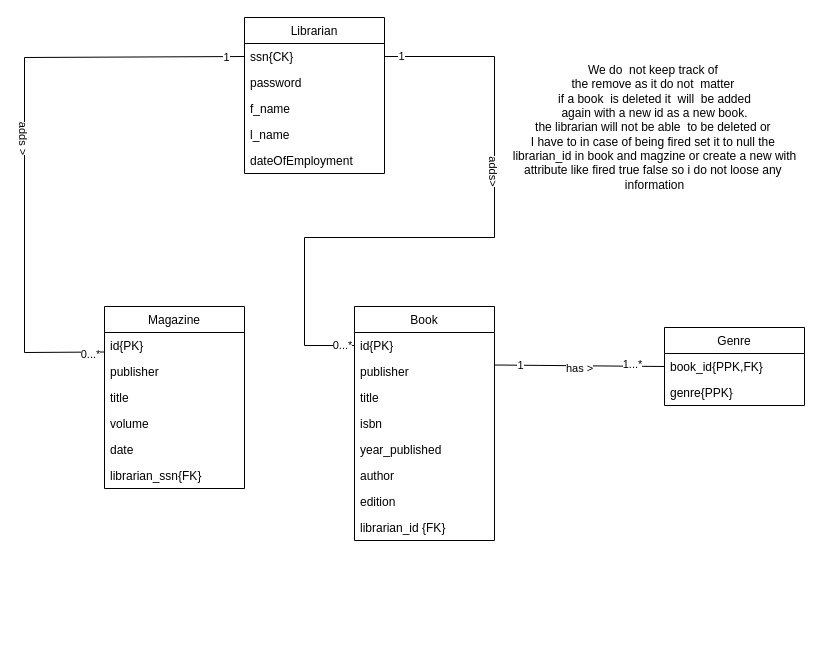
Before: Database/remove_multimedia_items(GRD)).drawio in RafaelSanchezCordoba/Semester-Project-Library, a draw.io diagram. Source tidied: cells renumbered, new cells numbered last; positions are measured from the earlier drawing's top-left corner, leaving out a move shared by most shapes. Both pictures are drawn from the tidied source at 100%, with x=0, y=0 at pixel (24, 17).
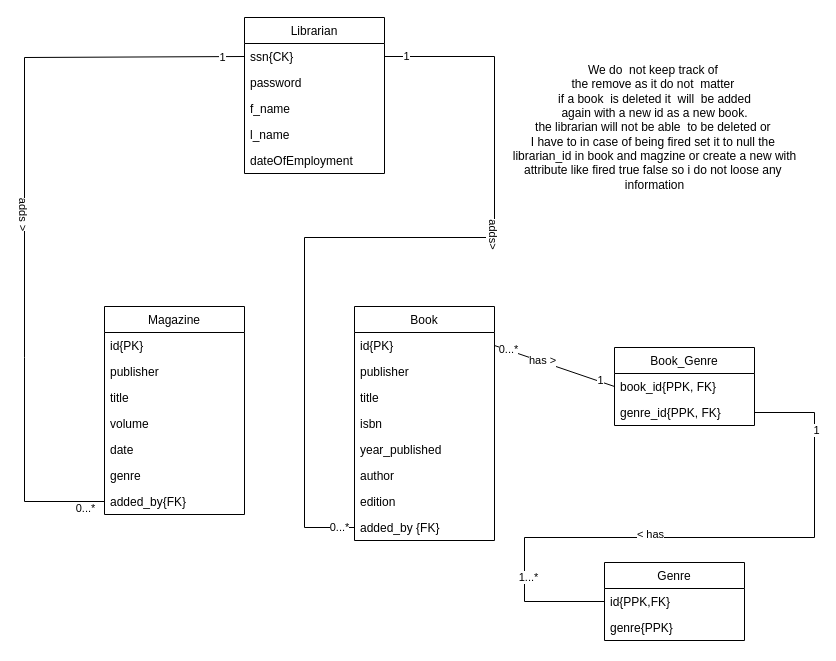
After the change.

Unchanged cells that the change refers to:
```xml
<mxCell id="3" value="ssn{CK}" style="text;strokeColor=none;fillColor=none;align=left;verticalAlign=top;spacingLeft=4;spacingRight=4;overflow=hidden;points=[[0,0.5],[1,0.5]];portConstraint=eastwest;" parent="2" vertex="1">
  <mxGeometry y="26" width="140" height="26" as="geometry" />
</mxCell>
<mxCell id="15" value="Book" style="swimlane;fontStyle=0;horizontal=1;startSize=26;fillColor=none;" parent="1" vertex="1">
  <mxGeometry x="330" y="289" width="140" height="234" as="geometry" />
</mxCell>
<mxCell id="16" value="id{PK}" style="text;strokeColor=none;fillColor=none;align=left;verticalAlign=top;spacingLeft=4;spacingRight=4;overflow=hidden;points=[[0,0.5],[1,0.5]];portConstraint=eastwest;" parent="15" vertex="1">
  <mxGeometry y="26" width="140" height="26" as="geometry" />
</mxCell>
```

Diff of the diagram source:
```diff
@@
     <mxCell id="8" value="Magazine" style="swimlane;fontStyle=0;horizontal=1;startSize=26;fillColor=none;" parent="1" vertex="1">
-      <mxGeometry x="80" y="289" width="140" height="182" as="geometry" />
+      <mxGeometry x="80" y="289" width="140" height="208" as="geometry" />
     </mxCell>
@@
+    <mxCell id="40" value="genre" style="text;strokeColor=none;fillColor=none;align=left;verticalAlign=top;spacingLeft=4;spacingRight=4;overflow=hidden;" parent="8" vertex="1">
+      <mxGeometry y="156" width="140" height="26" as="geometry" />
+    </mxCell>
-    <mxCell id="14" value="librarian_ssn{FK}" style="text;strokeColor=none;fillColor=none;align=left;verticalAlign=top;spacingLeft=4;spacingRight=4;overflow=hidden;points=[[0,0.5],[1,0.5]];portConstraint=eastwest;" parent="8" vertex="1">
-      <mxGeometry y="156" width="140" height="26" as="geometry" />
+    <mxCell id="14" value="added_by{FK}" style="text;strokeColor=none;fillColor=none;align=left;verticalAlign=top;spacingLeft=4;spacingRight=4;overflow=hidden;points=[[0,0.5],[1,0.5]];portConstraint=eastwest;" parent="8" vertex="1">
+      <mxGeometry y="182" width="140" height="26" as="geometry" />
     </mxCell>
@@
-    <mxCell id="23" value="librarian_id {FK}" style="text;strokeColor=none;fillColor=none;align=left;verticalAlign=top;spacingLeft=4;spacingRight=4;overflow=hidden;points=[[0,0.5],[1,0.5]];portConstraint=eastwest;" parent="15" vertex="1">
+    <mxCell id="23" value="added_by {FK}" style="text;strokeColor=none;fillColor=none;align=left;verticalAlign=top;spacingLeft=4;spacingRight=4;overflow=hidden;points=[[0,0.5],[1,0.5]];portConstraint=eastwest;" parent="15" vertex="1">
       <mxGeometry y="208" width="140" height="26" as="geometry" />
     </mxCell>
     <mxCell id="24" value="Genre" style="swimlane;fontStyle=0;horizontal=1;startSize=26;fillColor=none;" parent="1" vertex="1">
-      <mxGeometry x="640" y="310" width="140" height="78" as="geometry" />
+      <mxGeometry x="580" y="545" width="140" height="78" as="geometry" />
     </mxCell>
-    <mxCell id="25" value="book_id{PPK,FK}" style="text;strokeColor=none;fillColor=none;align=left;verticalAlign=top;spacingLeft=4;spacingRight=4;overflow=hidden;points=[[0,0.5],[1,0.5]];portConstraint=eastwest;" parent="24" vertex="1">
+    <mxCell id="25" value="id{PPK,FK}" style="text;strokeColor=none;fillColor=none;align=left;verticalAlign=top;spacingLeft=4;spacingRight=4;overflow=hidden;points=[[0,0.5],[1,0.5]];portConstraint=eastwest;" parent="24" vertex="1">
       <mxGeometry y="26" width="140" height="26" as="geometry" />
     </mxCell>
@@
-    <mxCell id="27" style="endArrow=none;html=1;rounded=0;entryX=0;entryY=0.5;entryDx=0;entryDy=0;exitX=1;exitY=0.25;exitDx=0;exitDy=0;" parent="1" edge="1" source="15" target="25">
-      <mxGeometry relative="1" as="geometry" />
-    </mxCell>
-    <mxCell id="28" value="has &amp;gt;" style="edgeLabel;html=1;align=center;verticalAlign=middle;rotation=0;" parent="27" vertex="1">
-      <mxGeometry y="-2" relative="1" as="geometry" />
-    </mxCell>
-    <mxCell id="29" value="1" style="edgeLabel;html=1;align=center;verticalAlign=middle;" parent="27" vertex="1">
-      <mxGeometry x="-0.7" relative="1" as="geometry" />
-    </mxCell>
-    <mxCell id="30" value="1...*" style="edgeLabel;html=1;align=center;verticalAlign=middle;" parent="27" vertex="1">
-      <mxGeometry x="0.61" y="2" relative="1" as="geometry" />
-    </mxCell>
-    <mxCell id="31" style="endArrow=none;html=1;rounded=0;entryX=0;entryY=0.5;entryDx=0;entryDy=0;exitX=0;exitY=0.25;exitDx=0;exitDy=0;" parent="1" edge="1" source="8" target="3">
+    <mxCell id="31" style="endArrow=none;html=1;rounded=0;entryX=0;entryY=0.5;entryDx=0;entryDy=0;exitX=0;exitY=0.5;exitDx=0;exitDy=0;" parent="1" edge="1" source="14" target="3">
       <mxGeometry relative="1" as="geometry">
         <Array as="points">
-          <mxPoint y="335" />
+          <mxPoint y="484" />
+          <mxPoint y="340" />
           <mxPoint y="40" />
         </Array>
       </mxGeometry>
     </mxCell>
@@
     <mxCell id="34" value="0...*" style="edgeLabel;html=1;align=center;verticalAlign=middle;" parent="31" vertex="1">
-      <mxGeometry x="-0.95" y="2" relative="1" as="geometry" />
+      <mxGeometry x="-0.95" y="2" relative="1" as="geometry">
+        <mxPoint x="-1" y="4" as="offset" />
+      </mxGeometry>
     </mxCell>
-    <mxCell id="35" style="endArrow=none;html=1;rounded=0;entryX=1;entryY=0.5;entryDx=0;entryDy=0;exitX=0;exitY=0.5;exitDx=0;exitDy=0;" parent="1" edge="1" source="16" target="3">
+    <mxCell id="35" style="endArrow=none;html=1;rounded=0;entryX=1;entryY=0.5;entryDx=0;entryDy=0;exitX=0;exitY=0.5;exitDx=0;exitDy=0;" parent="1" edge="1" source="23" target="3">
       <mxGeometry relative="1" as="geometry">
         <Array as="points">
-          <mxPoint x="280" y="328" />
+          <mxPoint x="280" y="510" />
           <mxPoint x="280" y="220" />
           <mxPoint x="470" y="220" />
           <mxPoint x="470" y="39" />
         </Array>
       </mxGeometry>
     </mxCell>
@@
+    <mxCell id="41" value="Book_Genre" style="swimlane;fontStyle=0;horizontal=1;startSize=26;fillColor=none;" parent="1" vertex="1">
+      <mxGeometry x="590" y="330" width="140" height="78" as="geometry" />
+    </mxCell>
+    <mxCell id="42" value="book_id{PPK, FK}" style="text;strokeColor=none;fillColor=none;align=left;verticalAlign=top;spacingLeft=4;spacingRight=4;overflow=hidden;points=[[0,0.5],[1,0.5]];portConstraint=eastwest;" parent="41" vertex="1">
+      <mxGeometry y="26" width="140" height="26" as="geometry" />
+    </mxCell>
+    <mxCell id="43" value="genre_id{PPK, FK}" style="text;strokeColor=none;fillColor=none;align=left;verticalAlign=top;spacingLeft=4;spacingRight=4;overflow=hidden;points=[[0,0.5],[1,0.5]];portConstraint=eastwest;" parent="41" vertex="1">
+      <mxGeometry y="52" width="140" height="26" as="geometry" />
+    </mxCell>
+    <mxCell id="44" style="endArrow=none;html=1;rounded=0;entryX=0;entryY=0.5;entryDx=0;entryDy=0;exitX=1;exitY=0.5;exitDx=0;exitDy=0;" parent="1" edge="1" source="16" target="42">
+      <mxGeometry relative="1" as="geometry" />
+    </mxCell>
+    <mxCell id="45" value="0...*" style="edgeLabel;html=1;align=center;verticalAlign=middle;" parent="44" vertex="1">
+      <mxGeometry x="-0.77" y="1" relative="1" as="geometry">
+        <mxPoint x="-1" as="offset" />
+      </mxGeometry>
+    </mxCell>
+    <mxCell id="46" value="1" style="edgeLabel;html=1;align=center;verticalAlign=middle;" parent="44" vertex="1">
+      <mxGeometry x="0.73" y="1" relative="1" as="geometry">
+        <mxPoint x="1" as="offset" />
+      </mxGeometry>
+    </mxCell>
+    <mxCell id="28" value="has &amp;gt;" style="edgeLabel;html=1;align=center;verticalAlign=middle;" parent="44" vertex="1">
+      <mxGeometry x="-0.21" y="2" relative="1" as="geometry" />
+    </mxCell>
+    <mxCell id="47" style="endArrow=none;html=1;rounded=0;entryX=0;entryY=0.5;entryDx=0;entryDy=0;exitX=1;exitY=0.5;exitDx=0;exitDy=0;" parent="1" edge="1" source="43" target="25">
+      <mxGeometry relative="1" as="geometry">
+        <Array as="points">
+          <mxPoint x="790" y="395" />
+          <mxPoint x="790" y="520" />
+          <mxPoint x="500" y="520" />
+          <mxPoint x="500" y="584" />
+        </Array>
+      </mxGeometry>
+    </mxCell>
+    <mxCell id="30" value="1...*" style="edgeLabel;html=1;align=center;verticalAlign=middle;" parent="47" vertex="1">
+      <mxGeometry x="0.66" y="3" relative="1" as="geometry" />
+    </mxCell>
+    <mxCell id="48" value="1" style="edgeLabel;html=1;align=center;verticalAlign=middle;" parent="47" vertex="1">
+      <mxGeometry x="-0.75" y="1" relative="1" as="geometry" />
+    </mxCell>
+    <mxCell id="49" value="&amp;lt; has" style="edgeLabel;html=1;align=center;verticalAlign=middle;" parent="47" vertex="1">
+      <mxGeometry x="0.13" y="-4" relative="1" as="geometry" />
+    </mxCell>
```
